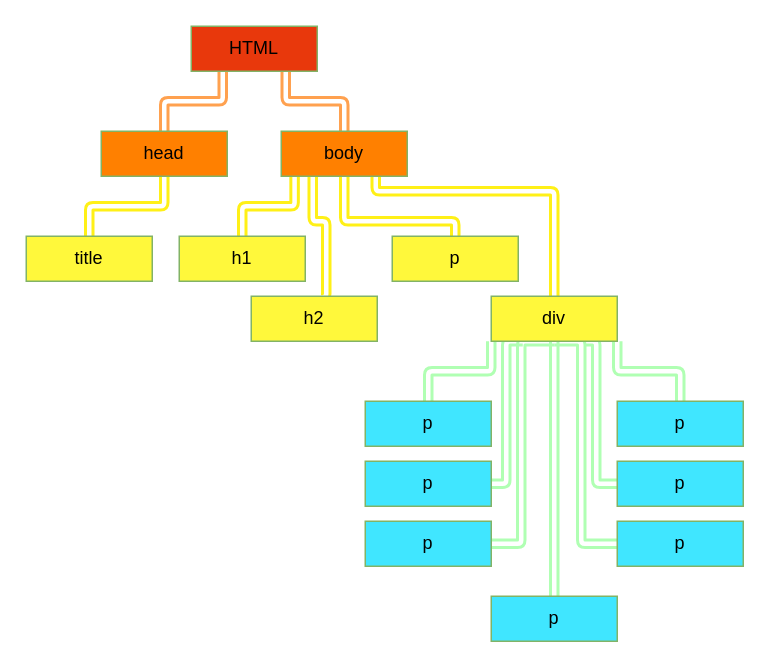
Earlier version of the draw.io diagram AP-webTechnology-les1-boomdiagram.drawio (Gh0stage/AP-1-webTechnology). Source tidied: cells renumbered, new cells numbered last; positions are measured from the earlier drawing's top-left corner, leaving out a move shared by most shapes. Both pictures are drawn from the tidied source at 150%, with x=0, y=0 at pixel (26, 26).
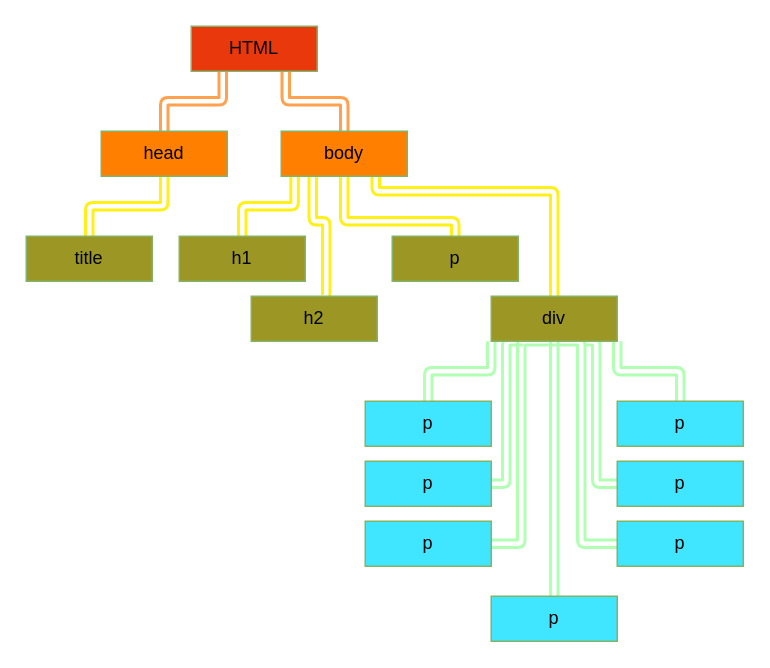
The same page after the edit.

Commit message:
Boomdiagram kleurcontrast verbeterd

Change to the diagram source:
```diff
@@
-    <mxCell id="7" value="title" style="rounded=0;whiteSpace=wrap;html=1;fillColor=#FFF83B;strokeColor=#82b366;" parent="1" vertex="1">
+    <mxCell id="7" value="title" style="rounded=0;whiteSpace=wrap;html=1;fillColor=#9C9724;strokeColor=#82b366;" parent="1" vertex="1">
       <mxGeometry y="140" width="84" height="30" as="geometry" />
     </mxCell>
@@
-    <mxCell id="13" value="h1" style="rounded=0;whiteSpace=wrap;html=1;fillColor=#FFF83B;strokeColor=#82b366;" parent="1" vertex="1">
+    <mxCell id="13" value="h1" style="rounded=0;whiteSpace=wrap;html=1;fillColor=#9C9724;strokeColor=#82b366;" parent="1" vertex="1">
       <mxGeometry x="102" y="140" width="84" height="30" as="geometry" />
     </mxCell>
-    <mxCell id="14" value="h2" style="rounded=0;whiteSpace=wrap;html=1;fillColor=#FFF83B;strokeColor=#82b366;" parent="1" vertex="1">
+    <mxCell id="14" value="h2" style="rounded=0;whiteSpace=wrap;html=1;fillColor=#9C9724;strokeColor=#82b366;" parent="1" vertex="1">
       <mxGeometry x="150" y="180" width="84" height="30" as="geometry" />
     </mxCell>
@@
-    <mxCell id="22" value="div" style="rounded=0;whiteSpace=wrap;html=1;fillColor=#FFF83B;strokeColor=#82b366;" parent="1" vertex="1">
+    <mxCell id="22" value="div" style="rounded=0;whiteSpace=wrap;html=1;fillColor=#9C9724;strokeColor=#82b366;" parent="1" vertex="1">
       <mxGeometry x="310" y="180" width="84" height="30" as="geometry" />
     </mxCell>
-    <mxCell id="23" value="p" style="rounded=0;whiteSpace=wrap;html=1;fillColor=#FFF83B;strokeColor=#82b366;" parent="1" vertex="1">
+    <mxCell id="23" value="p" style="rounded=0;whiteSpace=wrap;html=1;fillColor=#9C9724;strokeColor=#82b366;" parent="1" vertex="1">
       <mxGeometry x="244" y="140" width="84" height="30" as="geometry" />
     </mxCell>
```
